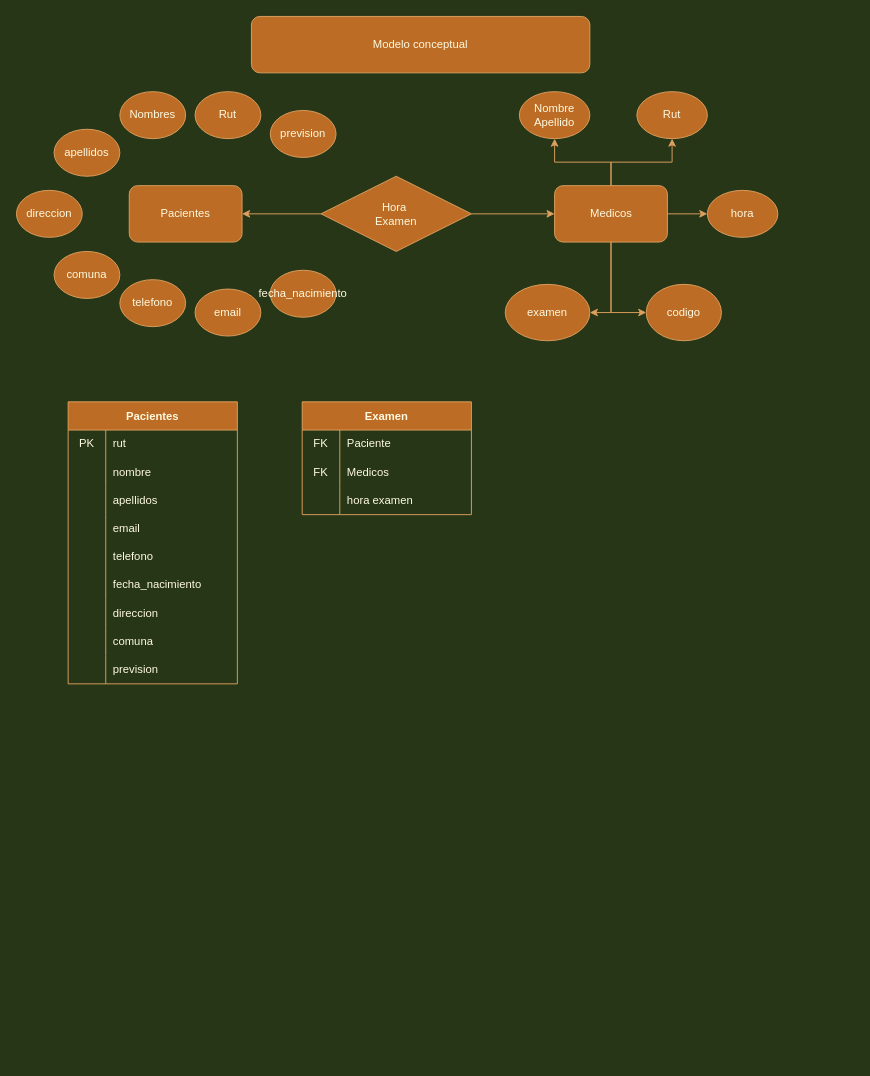
The draw.io diagram Untitled Diagram.drawio in LinkCL001/Proyecto_Full_Stack_JavaScript, before the edit. Source tidied: cells renumbered, new cells numbered last; positions are measured from the earlier drawing's top-left corner, leaving out a move shared by most shapes. Both pictures are drawn from the tidied source at 94%, with x=0, y=0 at pixel (16, 16).
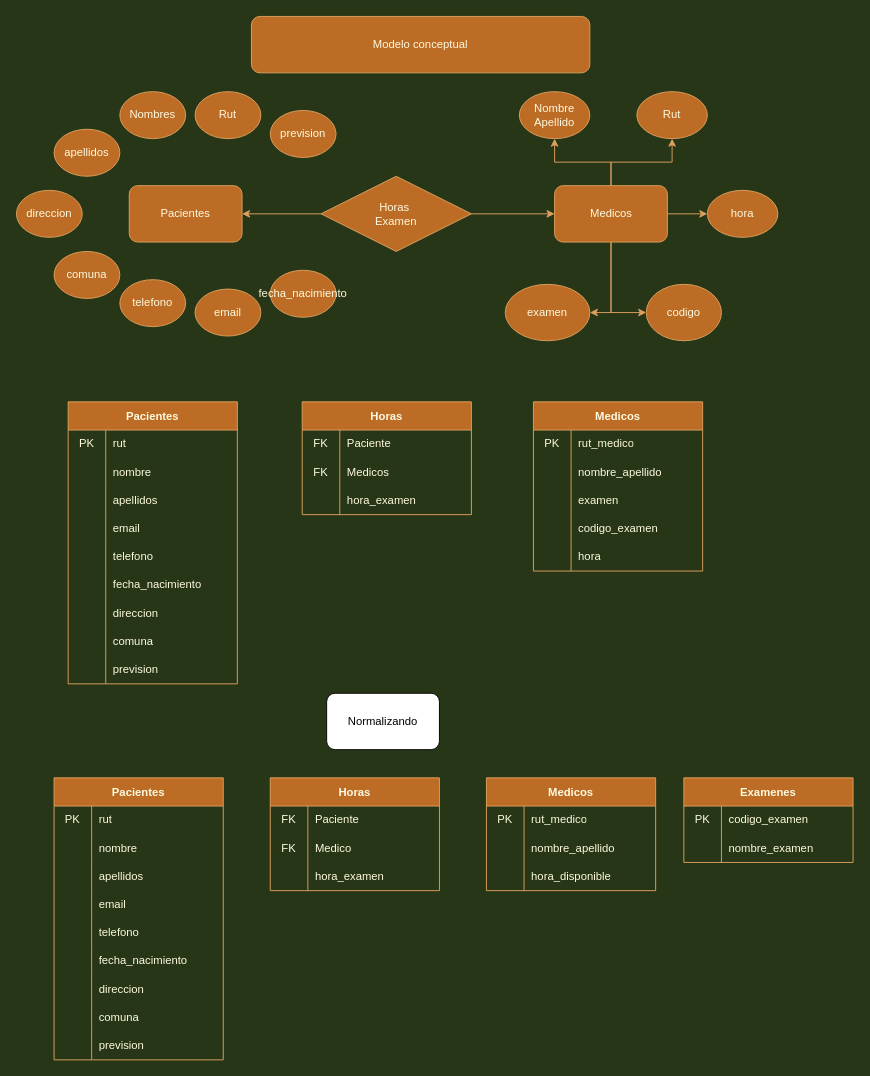
Above is the later version.

Unchanged cells that the change refers to:
```xml
<mxCell id="62" style="shape=tableRow;horizontal=0;startSize=0;swimlaneHead=0;swimlaneBody=0;top=0;left=0;bottom=0;right=0;fillColor=none;strokeColor=#DDA15E;fontColor=#FEFAE0;" parent="55" vertex="1">
  <mxGeometry y="90" width="180" height="30" as="geometry" />
</mxCell>
```

What changed in the source:
```diff
@@
-    <mxCell id="12" value="Hora&amp;nbsp;&lt;br&gt;Examen" style="rhombus;whiteSpace=wrap;html=1;rounded=0;sketch=0;fontColor=#FEFAE0;strokeColor=#DDA15E;fillColor=#BC6C25;" parent="1" vertex="1">
+    <mxCell id="12" value="Horas&amp;nbsp;&lt;br&gt;Examen" style="rhombus;whiteSpace=wrap;html=1;rounded=0;sketch=0;fontColor=#FEFAE0;strokeColor=#DDA15E;fillColor=#BC6C25;" parent="1" vertex="1">
       <mxGeometry x="324" y="170" width="160" height="80" as="geometry" />
     </mxCell>
@@
-    <mxCell id="55" value="Examen" style="shape=table;startSize=30;childLayout=tableLayout;rowLines=0;fontStyle=1;fillColor=#BC6C25;strokeColor=#DDA15E;fontColor=#FEFAE0;" parent="1" vertex="1">
+    <mxCell id="55" value="Horas" style="shape=table;startSize=30;childLayout=tableLayout;rowLines=0;fontStyle=1;fillColor=#BC6C25;strokeColor=#DDA15E;fontColor=#FEFAE0;" parent="1" vertex="1">
       <mxGeometry x="304" y="410" width="180" height="120" as="geometry" />
     </mxCell>
@@
-    <mxCell id="64" value="hora examen" style="shape=partialRectangle;html=1;whiteSpace=wrap;fillColor=none;top=0;left=0;bottom=0;right=0;align=left;spacingLeft=6;overflow=hidden;strokeColor=#DDA15E;fontColor=#FEFAE0;" parent="62" vertex="1">
+    <mxCell id="64" value="hora_examen" style="shape=partialRectangle;html=1;whiteSpace=wrap;fillColor=none;top=0;left=0;bottom=0;right=0;align=left;spacingLeft=6;overflow=hidden;strokeColor=#DDA15E;fontColor=#FEFAE0;" parent="62" vertex="1">
       <mxGeometry x="40" width="140" height="30" as="geometry" />
     </mxCell>
+    <mxCell id="65" value="Medicos" style="shape=table;startSize=30;childLayout=tableLayout;rowLines=0;fontStyle=1;fillColor=#BC6C25;strokeColor=#DDA15E;fontColor=#FEFAE0;" parent="1" vertex="1">
+      <mxGeometry x="550" y="410" width="180" height="180" as="geometry" />
+    </mxCell>
+    <mxCell id="66" style="shape=tableRow;horizontal=0;startSize=0;swimlaneHead=0;swimlaneBody=0;top=0;left=0;bottom=0;right=0;fillColor=none;strokeColor=#DDA15E;fontColor=#FEFAE0;" parent="65" vertex="1">
+      <mxGeometry y="30" width="180" height="30" as="geometry" />
+    </mxCell>
+    <mxCell id="67" value="PK" style="shape=partialRectangle;html=1;whiteSpace=wrap;fillColor=none;top=0;left=0;bottom=0;right=0;overflow=hidden;strokeColor=#DDA15E;fontColor=#FEFAE0;" parent="66" vertex="1">
+      <mxGeometry width="40" height="30" as="geometry" />
+    </mxCell>
+    <mxCell id="68" value="rut_medico" style="shape=partialRectangle;html=1;whiteSpace=wrap;fillColor=none;top=0;left=0;bottom=0;right=0;align=left;spacingLeft=6;overflow=hidden;strokeColor=#DDA15E;fontColor=#FEFAE0;" parent="66" vertex="1">
+      <mxGeometry x="40" width="140" height="30" as="geometry" />
+    </mxCell>
+    <mxCell id="69" style="shape=tableRow;horizontal=0;startSize=0;swimlaneHead=0;swimlaneBody=0;top=0;left=0;bottom=0;right=0;fillColor=none;strokeColor=#DDA15E;fontColor=#FEFAE0;" parent="65" vertex="1">
+      <mxGeometry y="60" width="180" height="30" as="geometry" />
+    </mxCell>
+    <mxCell id="70" style="shape=partialRectangle;html=1;whiteSpace=wrap;fillColor=none;top=0;left=0;bottom=0;right=0;overflow=hidden;strokeColor=#DDA15E;fontColor=#FEFAE0;" parent="69" vertex="1">
+      <mxGeometry width="40" height="30" as="geometry" />
+    </mxCell>
+    <mxCell id="71" value="nombre_apellido" style="shape=partialRectangle;html=1;whiteSpace=wrap;fillColor=none;top=0;left=0;bottom=0;right=0;align=left;spacingLeft=6;overflow=hidden;strokeColor=#DDA15E;fontColor=#FEFAE0;" parent="69" vertex="1">
+      <mxGeometry x="40" width="140" height="30" as="geometry" />
+    </mxCell>
+    <mxCell id="72" style="shape=tableRow;horizontal=0;startSize=0;swimlaneHead=0;swimlaneBody=0;top=0;left=0;bottom=0;right=0;fillColor=none;strokeColor=#DDA15E;fontColor=#FEFAE0;" parent="65" vertex="1">
+      <mxGeometry y="90" width="180" height="30" as="geometry" />
+    </mxCell>
+    <mxCell id="73" style="shape=partialRectangle;html=1;whiteSpace=wrap;fillColor=none;top=0;left=0;bottom=0;right=0;overflow=hidden;strokeColor=#DDA15E;fontColor=#FEFAE0;" parent="72" vertex="1">
+      <mxGeometry width="40" height="30" as="geometry" />
+    </mxCell>
+    <mxCell id="74" value="examen" style="shape=partialRectangle;html=1;whiteSpace=wrap;fillColor=none;top=0;left=0;bottom=0;right=0;align=left;spacingLeft=6;overflow=hidden;strokeColor=#DDA15E;fontColor=#FEFAE0;" parent="72" vertex="1">
+      <mxGeometry x="40" width="140" height="30" as="geometry" />
+    </mxCell>
+    <mxCell id="75" style="shape=tableRow;horizontal=0;startSize=0;swimlaneHead=0;swimlaneBody=0;top=0;left=0;bottom=0;right=0;fillColor=none;strokeColor=#DDA15E;fontColor=#FEFAE0;" parent="65" vertex="1">
+      <mxGeometry y="120" width="180" height="30" as="geometry" />
+    </mxCell>
+    <mxCell id="76" style="shape=partialRectangle;html=1;whiteSpace=wrap;fillColor=none;top=0;left=0;bottom=0;right=0;overflow=hidden;strokeColor=#DDA15E;fontColor=#FEFAE0;" parent="75" vertex="1">
+      <mxGeometry width="40" height="30" as="geometry" />
+    </mxCell>
+    <mxCell id="77" value="codigo_examen" style="shape=partialRectangle;html=1;whiteSpace=wrap;fillColor=none;top=0;left=0;bottom=0;right=0;align=left;spacingLeft=6;overflow=hidden;strokeColor=#DDA15E;fontColor=#FEFAE0;" parent="75" vertex="1">
+      <mxGeometry x="40" width="140" height="30" as="geometry" />
+    </mxCell>
+    <mxCell id="78" style="shape=tableRow;horizontal=0;startSize=0;swimlaneHead=0;swimlaneBody=0;top=0;left=0;bottom=0;right=0;fillColor=none;strokeColor=#DDA15E;fontColor=#FEFAE0;" parent="65" vertex="1">
+      <mxGeometry y="150" width="180" height="30" as="geometry" />
+    </mxCell>
+    <mxCell id="79" style="shape=partialRectangle;html=1;whiteSpace=wrap;fillColor=none;top=0;left=0;bottom=0;right=0;overflow=hidden;strokeColor=#DDA15E;fontColor=#FEFAE0;" parent="78" vertex="1">
+      <mxGeometry width="40" height="30" as="geometry" />
+    </mxCell>
+    <mxCell id="80" value="hora" style="shape=partialRectangle;html=1;whiteSpace=wrap;fillColor=none;top=0;left=0;bottom=0;right=0;align=left;spacingLeft=6;overflow=hidden;strokeColor=#DDA15E;fontColor=#FEFAE0;" parent="78" vertex="1">
+      <mxGeometry x="40" width="140" height="30" as="geometry" />
+    </mxCell>
+    <mxCell id="81" value="Normalizando" style="rounded=1;whiteSpace=wrap;html=1;" parent="1" vertex="1">
+      <mxGeometry x="330" y="720" width="120" height="60" as="geometry" />
+    </mxCell>
+    <mxCell id="82" value="Pacientes" style="shape=table;startSize=30;childLayout=tableLayout;rowLines=0;fontStyle=1;fillColor=#BC6C25;strokeColor=#DDA15E;fontColor=#FEFAE0;" parent="1" vertex="1">
+      <mxGeometry x="40" y="810" width="180" height="300" as="geometry" />
+    </mxCell>
+    <mxCell id="83" style="shape=tableRow;horizontal=0;startSize=0;swimlaneHead=0;swimlaneBody=0;top=0;left=0;bottom=0;right=0;fillColor=none;strokeColor=#DDA15E;fontColor=#FEFAE0;" parent="82" vertex="1">
+      <mxGeometry y="30" width="180" height="30" as="geometry" />
+    </mxCell>
+    <mxCell id="84" value="PK" style="shape=partialRectangle;html=1;whiteSpace=wrap;fillColor=none;top=0;left=0;bottom=0;right=0;overflow=hidden;strokeColor=#DDA15E;fontColor=#FEFAE0;" parent="83" vertex="1">
+      <mxGeometry width="40" height="30" as="geometry" />
+    </mxCell>
+    <mxCell id="85" value="rut" style="shape=partialRectangle;html=1;whiteSpace=wrap;fillColor=none;top=0;left=0;bottom=0;right=0;align=left;spacingLeft=6;overflow=hidden;strokeColor=#DDA15E;fontColor=#FEFAE0;" parent="83" vertex="1">
+      <mxGeometry x="40" width="140" height="30" as="geometry" />
+    </mxCell>
+    <mxCell id="86" style="shape=tableRow;horizontal=0;startSize=0;swimlaneHead=0;swimlaneBody=0;top=0;left=0;bottom=0;right=0;fillColor=none;strokeColor=#DDA15E;fontColor=#FEFAE0;" parent="82" vertex="1">
+      <mxGeometry y="60" width="180" height="30" as="geometry" />
+    </mxCell>
+    <mxCell id="87" style="shape=partialRectangle;html=1;whiteSpace=wrap;fillColor=none;top=0;left=0;bottom=0;right=0;overflow=hidden;strokeColor=#DDA15E;fontColor=#FEFAE0;" parent="86" vertex="1">
+      <mxGeometry width="40" height="30" as="geometry" />
+    </mxCell>
+    <mxCell id="88" value="nombre" style="shape=partialRectangle;html=1;whiteSpace=wrap;fillColor=none;top=0;left=0;bottom=0;right=0;align=left;spacingLeft=6;overflow=hidden;strokeColor=#DDA15E;fontColor=#FEFAE0;" parent="86" vertex="1">
+      <mxGeometry x="40" width="140" height="30" as="geometry" />
+    </mxCell>
+    <mxCell id="89" style="shape=tableRow;horizontal=0;startSize=0;swimlaneHead=0;swimlaneBody=0;top=0;left=0;bottom=0;right=0;fillColor=none;strokeColor=#DDA15E;fontColor=#FEFAE0;" parent="82" vertex="1">
+      <mxGeometry y="90" width="180" height="30" as="geometry" />
+    </mxCell>
+    <mxCell id="90" style="shape=partialRectangle;html=1;whiteSpace=wrap;fillColor=none;top=0;left=0;bottom=0;right=0;overflow=hidden;strokeColor=#DDA15E;fontColor=#FEFAE0;" parent="89" vertex="1">
+      <mxGeometry width="40" height="30" as="geometry" />
+    </mxCell>
+    <mxCell id="91" value="apellidos" style="shape=partialRectangle;html=1;whiteSpace=wrap;fillColor=none;top=0;left=0;bottom=0;right=0;align=left;spacingLeft=6;overflow=hidden;strokeColor=#DDA15E;fontColor=#FEFAE0;" parent="89" vertex="1">
+      <mxGeometry x="40" width="140" height="30" as="geometry" />
+    </mxCell>
+    <mxCell id="92" style="shape=tableRow;horizontal=0;startSize=0;swimlaneHead=0;swimlaneBody=0;top=0;left=0;bottom=0;right=0;fillColor=none;strokeColor=#DDA15E;fontColor=#FEFAE0;" parent="82" vertex="1">
+      <mxGeometry y="120" width="180" height="30" as="geometry" />
+    </mxCell>
+    <mxCell id="93" style="shape=partialRectangle;html=1;whiteSpace=wrap;fillColor=none;top=0;left=0;bottom=0;right=0;overflow=hidden;strokeColor=#DDA15E;fontColor=#FEFAE0;" parent="92" vertex="1">
+      <mxGeometry width="40" height="30" as="geometry" />
+    </mxCell>
+    <mxCell id="94" value="email" style="shape=partialRectangle;html=1;whiteSpace=wrap;fillColor=none;top=0;left=0;bottom=0;right=0;align=left;spacingLeft=6;overflow=hidden;strokeColor=#DDA15E;fontColor=#FEFAE0;" parent="92" vertex="1">
+      <mxGeometry x="40" width="140" height="30" as="geometry" />
+    </mxCell>
+    <mxCell id="95" style="shape=tableRow;horizontal=0;startSize=0;swimlaneHead=0;swimlaneBody=0;top=0;left=0;bottom=0;right=0;fillColor=none;strokeColor=#DDA15E;fontColor=#FEFAE0;" parent="82" vertex="1">
+      <mxGeometry y="150" width="180" height="30" as="geometry" />
+    </mxCell>
+    <mxCell id="96" style="shape=partialRectangle;html=1;whiteSpace=wrap;fillColor=none;top=0;left=0;bottom=0;right=0;overflow=hidden;strokeColor=#DDA15E;fontColor=#FEFAE0;" parent="95" vertex="1">
+      <mxGeometry width="40" height="30" as="geometry" />
+    </mxCell>
+    <mxCell id="97" value="telefono" style="shape=partialRectangle;html=1;whiteSpace=wrap;fillColor=none;top=0;left=0;bottom=0;right=0;align=left;spacingLeft=6;overflow=hidden;strokeColor=#DDA15E;fontColor=#FEFAE0;" parent="95" vertex="1">
+      <mxGeometry x="40" width="140" height="30" as="geometry" />
+    </mxCell>
+    <mxCell id="98" style="shape=tableRow;horizontal=0;startSize=0;swimlaneHead=0;swimlaneBody=0;top=0;left=0;bottom=0;right=0;fillColor=none;strokeColor=#DDA15E;fontColor=#FEFAE0;" parent="82" vertex="1">
+      <mxGeometry y="180" width="180" height="30" as="geometry" />
+    </mxCell>
+    <mxCell id="99" style="shape=partialRectangle;html=1;whiteSpace=wrap;fillColor=none;top=0;left=0;bottom=0;right=0;overflow=hidden;strokeColor=#DDA15E;fontColor=#FEFAE0;" parent="98" vertex="1">
+      <mxGeometry width="40" height="30" as="geometry" />
+    </mxCell>
+    <mxCell id="100" value="fecha_nacimiento" style="shape=partialRectangle;html=1;whiteSpace=wrap;fillColor=none;top=0;left=0;bottom=0;right=0;align=left;spacingLeft=6;overflow=hidden;strokeColor=#DDA15E;fontColor=#FEFAE0;" parent="98" vertex="1">
+      <mxGeometry x="40" width="140" height="30" as="geometry" />
+    </mxCell>
+    <mxCell id="101" style="shape=tableRow;horizontal=0;startSize=0;swimlaneHead=0;swimlaneBody=0;top=0;left=0;bottom=0;right=0;fillColor=none;strokeColor=#DDA15E;fontColor=#FEFAE0;" parent="82" vertex="1">
+      <mxGeometry y="210" width="180" height="30" as="geometry" />
+    </mxCell>
+    <mxCell id="102" style="shape=partialRectangle;html=1;whiteSpace=wrap;fillColor=none;top=0;left=0;bottom=0;right=0;overflow=hidden;strokeColor=#DDA15E;fontColor=#FEFAE0;" parent="101" vertex="1">
+      <mxGeometry width="40" height="30" as="geometry" />
+    </mxCell>
+    <mxCell id="103" value="direccion" style="shape=partialRectangle;html=1;whiteSpace=wrap;fillColor=none;top=0;left=0;bottom=0;right=0;align=left;spacingLeft=6;overflow=hidden;strokeColor=#DDA15E;fontColor=#FEFAE0;" parent="101" vertex="1">
+      <mxGeometry x="40" width="140" height="30" as="geometry" />
+    </mxCell>
+    <mxCell id="104" style="shape=tableRow;horizontal=0;startSize=0;swimlaneHead=0;swimlaneBody=0;top=0;left=0;bottom=0;right=0;fillColor=none;strokeColor=#DDA15E;fontColor=#FEFAE0;" parent="82" vertex="1">
+      <mxGeometry y="240" width="180" height="30" as="geometry" />
+    </mxCell>
+    <mxCell id="105" style="shape=partialRectangle;html=1;whiteSpace=wrap;fillColor=none;top=0;left=0;bottom=0;right=0;overflow=hidden;strokeColor=#DDA15E;fontColor=#FEFAE0;" parent="104" vertex="1">
+      <mxGeometry width="40" height="30" as="geometry" />
+    </mxCell>
+    <mxCell id="106" value="comuna" style="shape=partialRectangle;html=1;whiteSpace=wrap;fillColor=none;top=0;left=0;bottom=0;right=0;align=left;spacingLeft=6;overflow=hidden;strokeColor=#DDA15E;fontColor=#FEFAE0;" parent="104" vertex="1">
+      <mxGeometry x="40" width="140" height="30" as="geometry" />
+    </mxCell>
+    <mxCell id="107" style="shape=tableRow;horizontal=0;startSize=0;swimlaneHead=0;swimlaneBody=0;top=0;left=0;bottom=0;right=0;fillColor=none;strokeColor=#DDA15E;fontColor=#FEFAE0;" parent="82" vertex="1">
+      <mxGeometry y="270" width="180" height="30" as="geometry" />
+    </mxCell>
+    <mxCell id="108" style="shape=partialRectangle;html=1;whiteSpace=wrap;fillColor=none;top=0;left=0;bottom=0;right=0;overflow=hidden;strokeColor=#DDA15E;fontColor=#FEFAE0;" parent="107" vertex="1">
+      <mxGeometry width="40" height="30" as="geometry" />
+    </mxCell>
+    <mxCell id="109" value="prevision" style="shape=partialRectangle;html=1;whiteSpace=wrap;fillColor=none;top=0;left=0;bottom=0;right=0;align=left;spacingLeft=6;overflow=hidden;strokeColor=#DDA15E;fontColor=#FEFAE0;" parent="107" vertex="1">
+      <mxGeometry x="40" width="140" height="30" as="geometry" />
+    </mxCell>
+    <mxCell id="110" value="Horas" style="shape=table;startSize=30;childLayout=tableLayout;rowLines=0;fontStyle=1;fillColor=#BC6C25;strokeColor=#DDA15E;fontColor=#FEFAE0;" parent="1" vertex="1">
+      <mxGeometry x="270" y="810" width="180" height="120" as="geometry" />
+    </mxCell>
+    <mxCell id="111" style="shape=tableRow;horizontal=0;startSize=0;swimlaneHead=0;swimlaneBody=0;top=0;left=0;bottom=0;right=0;fillColor=none;strokeColor=#DDA15E;fontColor=#FEFAE0;" parent="110" vertex="1">
+      <mxGeometry y="30" width="180" height="30" as="geometry" />
+    </mxCell>
+    <mxCell id="112" value="FK" style="shape=partialRectangle;html=1;whiteSpace=wrap;fillColor=none;top=0;left=0;bottom=0;right=0;overflow=hidden;strokeColor=#DDA15E;fontColor=#FEFAE0;" parent="111" vertex="1">
+      <mxGeometry width="40" height="30" as="geometry" />
+    </mxCell>
+    <mxCell id="113" value="Paciente" style="shape=partialRectangle;html=1;whiteSpace=wrap;fillColor=none;top=0;left=0;bottom=0;right=0;align=left;spacingLeft=6;overflow=hidden;strokeColor=#DDA15E;fontColor=#FEFAE0;" parent="111" vertex="1">
+      <mxGeometry x="40" width="140" height="30" as="geometry" />
+    </mxCell>
+    <mxCell id="114" style="shape=tableRow;horizontal=0;startSize=0;swimlaneHead=0;swimlaneBody=0;top=0;left=0;bottom=0;right=0;fillColor=none;strokeColor=#DDA15E;fontColor=#FEFAE0;" parent="110" vertex="1">
+      <mxGeometry y="60" width="180" height="30" as="geometry" />
+    </mxCell>
+    <mxCell id="115" value="FK" style="shape=partialRectangle;html=1;whiteSpace=wrap;fillColor=none;top=0;left=0;bottom=0;right=0;overflow=hidden;strokeColor=#DDA15E;fontColor=#FEFAE0;" parent="114" vertex="1">
+      <mxGeometry width="40" height="30" as="geometry" />
+    </mxCell>
+    <mxCell id="116" value="Medico" style="shape=partialRectangle;html=1;whiteSpace=wrap;fillColor=none;top=0;left=0;bottom=0;right=0;align=left;spacingLeft=6;overflow=hidden;strokeColor=#DDA15E;fontColor=#FEFAE0;" parent="114" vertex="1">
+      <mxGeometry x="40" width="140" height="30" as="geometry" />
+    </mxCell>
+    <mxCell id="117" style="shape=tableRow;horizontal=0;startSize=0;swimlaneHead=0;swimlaneBody=0;top=0;left=0;bottom=0;right=0;fillColor=none;strokeColor=#DDA15E;fontColor=#FEFAE0;" parent="110" vertex="1">
+      <mxGeometry y="90" width="180" height="30" as="geometry" />
+    </mxCell>
+    <mxCell id="118" style="shape=partialRectangle;html=1;whiteSpace=wrap;fillColor=none;top=0;left=0;bottom=0;right=0;overflow=hidden;strokeColor=#DDA15E;fontColor=#FEFAE0;" parent="117" vertex="1">
+      <mxGeometry width="40" height="30" as="geometry" />
+    </mxCell>
+    <mxCell id="119" value="hora_examen" style="shape=partialRectangle;html=1;whiteSpace=wrap;fillColor=none;top=0;left=0;bottom=0;right=0;align=left;spacingLeft=6;overflow=hidden;strokeColor=#DDA15E;fontColor=#FEFAE0;" parent="117" vertex="1">
+      <mxGeometry x="40" width="140" height="30" as="geometry" />
+    </mxCell>
+    <mxCell id="120" value="Medicos" style="shape=table;startSize=30;childLayout=tableLayout;rowLines=0;fontStyle=1;fillColor=#BC6C25;strokeColor=#DDA15E;fontColor=#FEFAE0;" parent="1" vertex="1">
+      <mxGeometry x="500" y="810" width="180" height="120" as="geometry" />
+    </mxCell>
+    <mxCell id="121" style="shape=tableRow;horizontal=0;startSize=0;swimlaneHead=0;swimlaneBody=0;top=0;left=0;bottom=0;right=0;fillColor=none;strokeColor=#DDA15E;fontColor=#FEFAE0;" parent="120" vertex="1">
+      <mxGeometry y="30" width="180" height="30" as="geometry" />
+    </mxCell>
+    <mxCell id="122" value="PK" style="shape=partialRectangle;html=1;whiteSpace=wrap;fillColor=none;top=0;left=0;bottom=0;right=0;overflow=hidden;strokeColor=#DDA15E;fontColor=#FEFAE0;" parent="121" vertex="1">
+      <mxGeometry width="40" height="30" as="geometry" />
+    </mxCell>
+    <mxCell id="123" value="rut_medico" style="shape=partialRectangle;html=1;whiteSpace=wrap;fillColor=none;top=0;left=0;bottom=0;right=0;align=left;spacingLeft=6;overflow=hidden;strokeColor=#DDA15E;fontColor=#FEFAE0;" parent="121" vertex="1">
+      <mxGeometry x="40" width="140" height="30" as="geometry" />
+    </mxCell>
+    <mxCell id="124" style="shape=tableRow;horizontal=0;startSize=0;swimlaneHead=0;swimlaneBody=0;top=0;left=0;bottom=0;right=0;fillColor=none;strokeColor=#DDA15E;fontColor=#FEFAE0;" parent="120" vertex="1">
+      <mxGeometry y="60" width="180" height="30" as="geometry" />
+    </mxCell>
+    <mxCell id="125" style="shape=partialRectangle;html=1;whiteSpace=wrap;fillColor=none;top=0;left=0;bottom=0;right=0;overflow=hidden;strokeColor=#DDA15E;fontColor=#FEFAE0;" parent="124" vertex="1">
+      <mxGeometry width="40" height="30" as="geometry" />
+    </mxCell>
+    <mxCell id="126" value="nombre_apellido" style="shape=partialRectangle;html=1;whiteSpace=wrap;fillColor=none;top=0;left=0;bottom=0;right=0;align=left;spacingLeft=6;overflow=hidden;strokeColor=#DDA15E;fontColor=#FEFAE0;" parent="124" vertex="1">
+      <mxGeometry x="40" width="140" height="30" as="geometry" />
+    </mxCell>
+    <mxCell id="127" style="shape=tableRow;horizontal=0;startSize=0;swimlaneHead=0;swimlaneBody=0;top=0;left=0;bottom=0;right=0;fillColor=none;strokeColor=#DDA15E;fontColor=#FEFAE0;" parent="120" vertex="1">
+      <mxGeometry y="90" width="180" height="30" as="geometry" />
+    </mxCell>
+    <mxCell id="128" style="shape=partialRectangle;html=1;whiteSpace=wrap;fillColor=none;top=0;left=0;bottom=0;right=0;overflow=hidden;strokeColor=#DDA15E;fontColor=#FEFAE0;" parent="127" vertex="1">
+      <mxGeometry width="40" height="30" as="geometry" />
+    </mxCell>
+    <mxCell id="129" value="hora_disponible" style="shape=partialRectangle;html=1;whiteSpace=wrap;fillColor=none;top=0;left=0;bottom=0;right=0;align=left;spacingLeft=6;overflow=hidden;strokeColor=#DDA15E;fontColor=#FEFAE0;" parent="127" vertex="1">
+      <mxGeometry x="40" width="140" height="30" as="geometry" />
+    </mxCell>
+    <mxCell id="130" value="Examenes" style="shape=table;startSize=30;childLayout=tableLayout;rowLines=0;fontStyle=1;fillColor=#BC6C25;strokeColor=#DDA15E;fontColor=#FEFAE0;" parent="1" vertex="1">
+      <mxGeometry x="710" y="810" width="180" height="90" as="geometry" />
+    </mxCell>
+    <mxCell id="131" style="shape=tableRow;horizontal=0;startSize=0;swimlaneHead=0;swimlaneBody=0;top=0;left=0;bottom=0;right=0;fillColor=none;strokeColor=#DDA15E;fontColor=#FEFAE0;" parent="130" vertex="1">
+      <mxGeometry y="30" width="180" height="30" as="geometry" />
+    </mxCell>
+    <mxCell id="132" value="PK" style="shape=partialRectangle;html=1;whiteSpace=wrap;fillColor=none;top=0;left=0;bottom=0;right=0;overflow=hidden;strokeColor=#DDA15E;fontColor=#FEFAE0;" parent="131" vertex="1">
+      <mxGeometry width="40" height="30" as="geometry" />
+    </mxCell>
+    <mxCell id="133" value="codigo_examen" style="shape=partialRectangle;html=1;whiteSpace=wrap;fillColor=none;top=0;left=0;bottom=0;right=0;align=left;spacingLeft=6;overflow=hidden;strokeColor=#DDA15E;fontColor=#FEFAE0;" parent="131" vertex="1">
+      <mxGeometry x="40" width="140" height="30" as="geometry" />
+    </mxCell>
+    <mxCell id="134" style="shape=tableRow;horizontal=0;startSize=0;swimlaneHead=0;swimlaneBody=0;top=0;left=0;bottom=0;right=0;fillColor=none;strokeColor=#DDA15E;fontColor=#FEFAE0;" parent="130" vertex="1">
+      <mxGeometry y="60" width="180" height="30" as="geometry" />
+    </mxCell>
+    <mxCell id="135" style="shape=partialRectangle;html=1;whiteSpace=wrap;fillColor=none;top=0;left=0;bottom=0;right=0;overflow=hidden;strokeColor=#DDA15E;fontColor=#FEFAE0;" parent="134" vertex="1">
+      <mxGeometry width="40" height="30" as="geometry" />
+    </mxCell>
+    <mxCell id="136" value="nombre_examen" style="shape=partialRectangle;html=1;whiteSpace=wrap;fillColor=none;top=0;left=0;bottom=0;right=0;align=left;spacingLeft=6;overflow=hidden;strokeColor=#DDA15E;fontColor=#FEFAE0;" parent="134" vertex="1">
+      <mxGeometry x="40" width="140" height="30" as="geometry" />
+    </mxCell>
```
